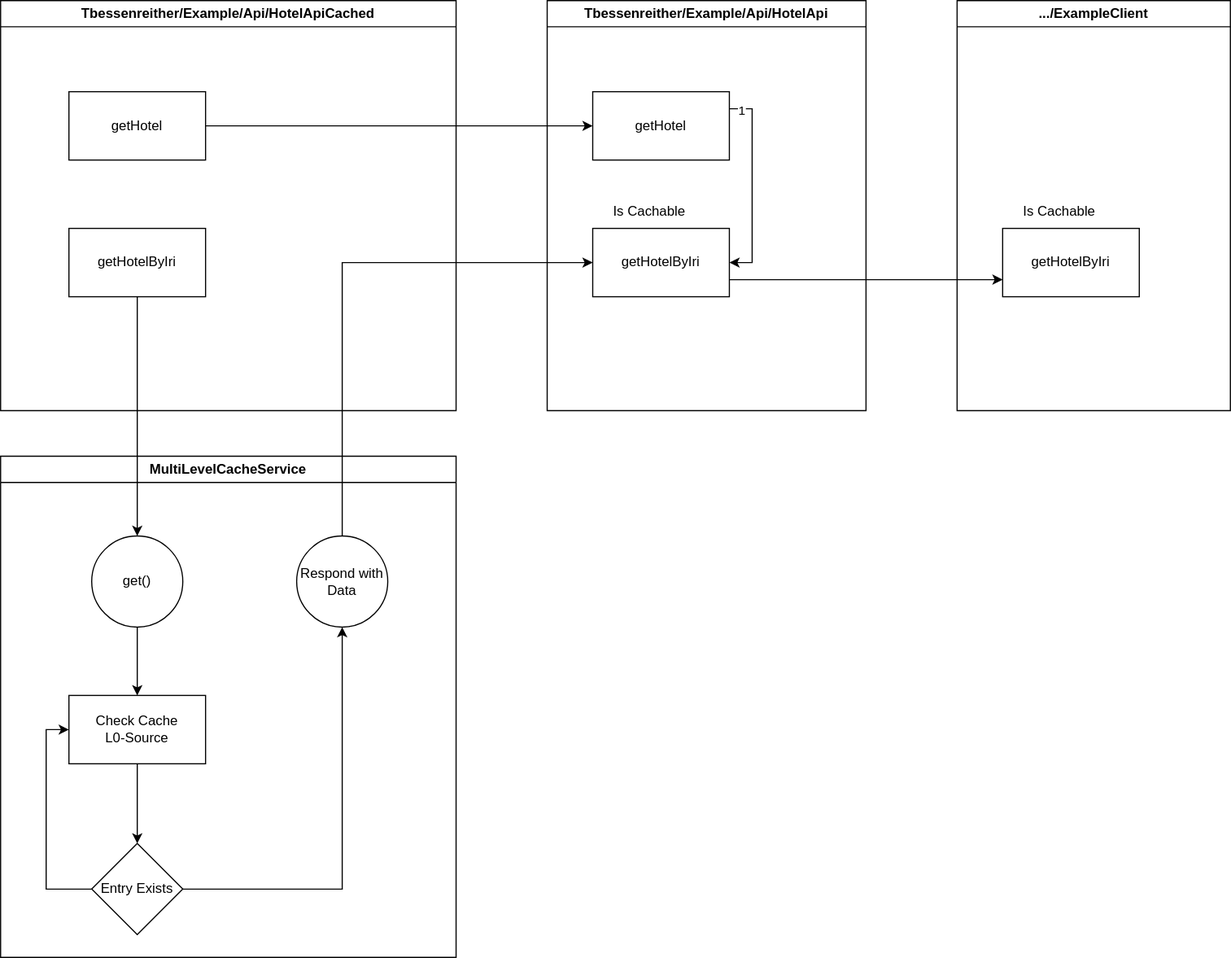
Before: documentation/images/svg/CacheGeneratorPrinciple.svg, a diagram exported from draw.io (tbessenreither/multi-level-cache). Source tidied: cells renumbered, new cells last; positions are measured from the earlier drawing's top-left corner, leaving out a move shared by most shapes.
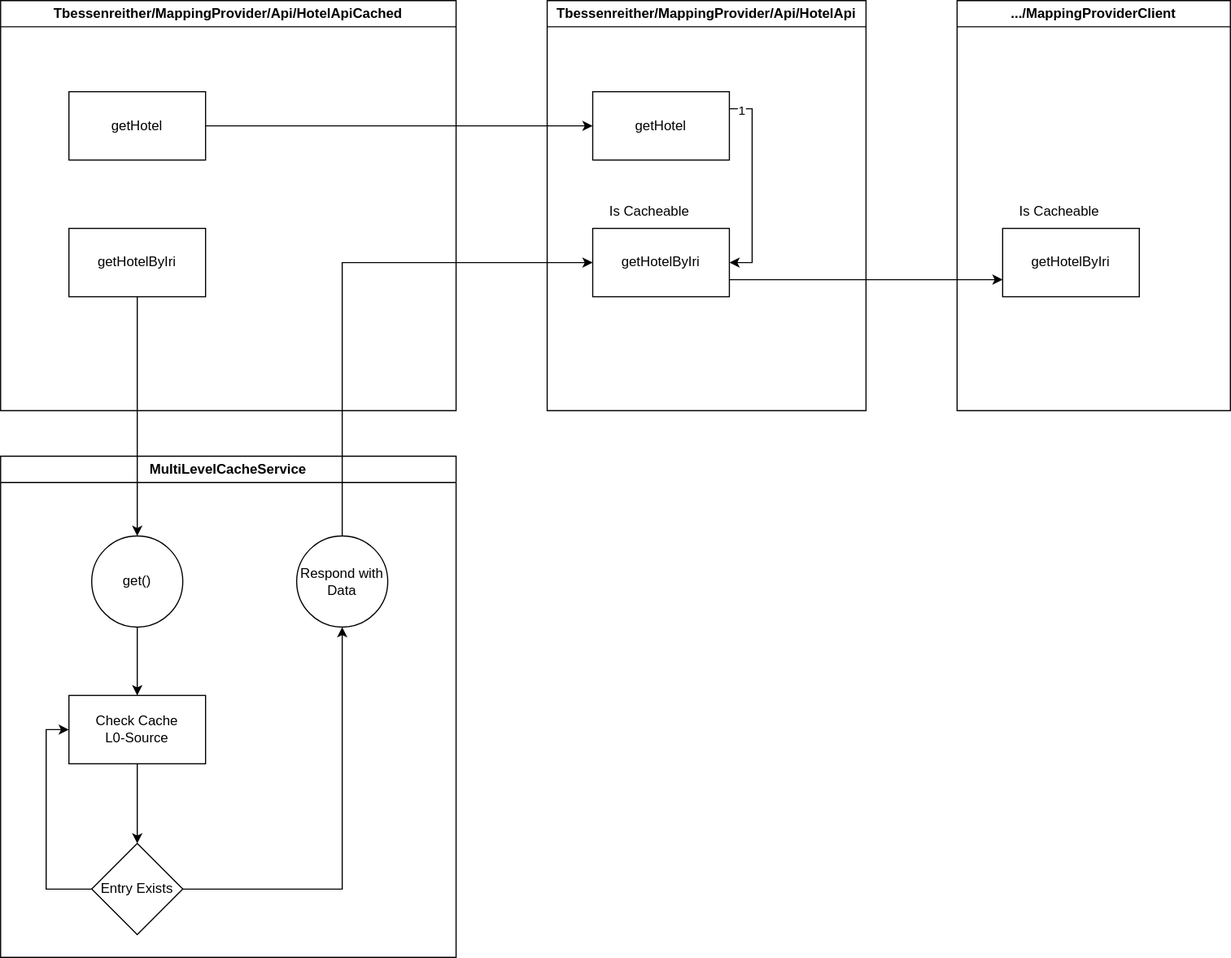
Above is the later version.

What changed in the source:
```diff
@@ -2,7 +2,7 @@
   <root>
     <mxCell id="0" />
     <mxCell id="1" parent="0" />
-    <mxCell id="2" value="Tbessenreither/Example/Api/HotelApi" style="swimlane;whiteSpace=wrap;html=1;" parent="1" vertex="1">
+    <mxCell id="2" value="Tbessenreither/MappingProvider/Api/HotelApi" style="swimlane;whiteSpace=wrap;html=1;" parent="1" vertex="1">
       <mxGeometry x="480" width="280" height="360" as="geometry" />
     </mxCell>
     <mxCell id="3" style="edgeStyle=orthogonalEdgeStyle;rounded=0;jettySize=auto;html=1;entryX=1;entryY=0.5;entryDx=0;entryDy=0;exitX=1;exitY=0.25;exitDx=0;exitDy=0;" parent="2" edge="1" source="5" target="7">
@@ -20,10 +20,10 @@
     <mxCell id="7" value="getHotelByIri" style="rounded=0;whiteSpace=wrap;html=1;" parent="6" vertex="1">
       <mxGeometry y="30" width="120" height="60" as="geometry" />
     </mxCell>
-    <mxCell id="8" value="Is Cachable" style="text;html=1;whiteSpace=wrap;strokeColor=none;fillColor=none;align=center;verticalAlign=middle;rounded=0;" parent="6" vertex="1">
+    <mxCell id="8" value="Is Cacheable" style="text;html=1;whiteSpace=wrap;strokeColor=none;fillColor=none;align=center;verticalAlign=middle;rounded=0;" parent="6" vertex="1">
       <mxGeometry width="100" height="30" as="geometry" />
     </mxCell>
-    <mxCell id="9" value="Tbessenreither/Example/Api/HotelApiCached" style="swimlane;whiteSpace=wrap;html=1;startSize=23;" parent="1" vertex="1">
+    <mxCell id="9" value="Tbessenreither/MappingProvider/Api/HotelApiCached" style="swimlane;whiteSpace=wrap;html=1;startSize=23;" parent="1" vertex="1">
       <mxGeometry width="400" height="360" as="geometry" />
     </mxCell>
     <mxCell id="10" value="getHotel" style="rounded=0;whiteSpace=wrap;html=1;" parent="9" vertex="1">
@@ -35,7 +35,7 @@
     <mxCell id="12" style="edgeStyle=orthogonalEdgeStyle;rounded=0;jettySize=auto;html=1;" parent="1" edge="1" source="10" target="5">
       <mxGeometry relative="1" as="geometry" />
     </mxCell>
-    <mxCell id="13" value=".../ExampleClient" style="swimlane;whiteSpace=wrap;html=1;" parent="1" vertex="1">
+    <mxCell id="13" value=".../MappingProviderClient" style="swimlane;whiteSpace=wrap;html=1;" parent="1" vertex="1">
       <mxGeometry x="840" width="240" height="360" as="geometry" />
     </mxCell>
     <mxCell id="14" style="group;" parent="13" vertex="1">
@@ -44,7 +44,7 @@
     <mxCell id="15" value="getHotelByIri" style="rounded=0;whiteSpace=wrap;html=1;" parent="14" vertex="1">
       <mxGeometry y="30" width="120" height="60" as="geometry" />
     </mxCell>
-    <mxCell id="16" value="Is Cachable" style="text;html=1;whiteSpace=wrap;strokeColor=none;fillColor=none;align=center;verticalAlign=middle;rounded=0;" parent="14" vertex="1">
+    <mxCell id="16" value="Is Cacheable" style="text;html=1;whiteSpace=wrap;strokeColor=none;fillColor=none;align=center;verticalAlign=middle;rounded=0;" parent="14" vertex="1">
       <mxGeometry width="100" height="30" as="geometry" />
     </mxCell>
     <mxCell id="17" style="edgeStyle=orthogonalEdgeStyle;rounded=0;jettySize=auto;html=1;exitX=1;exitY=0.75;exitDx=0;exitDy=0;entryX=0;entryY=0.75;entryDx=0;entryDy=0;" parent="1" edge="1" source="7" target="15">
```
